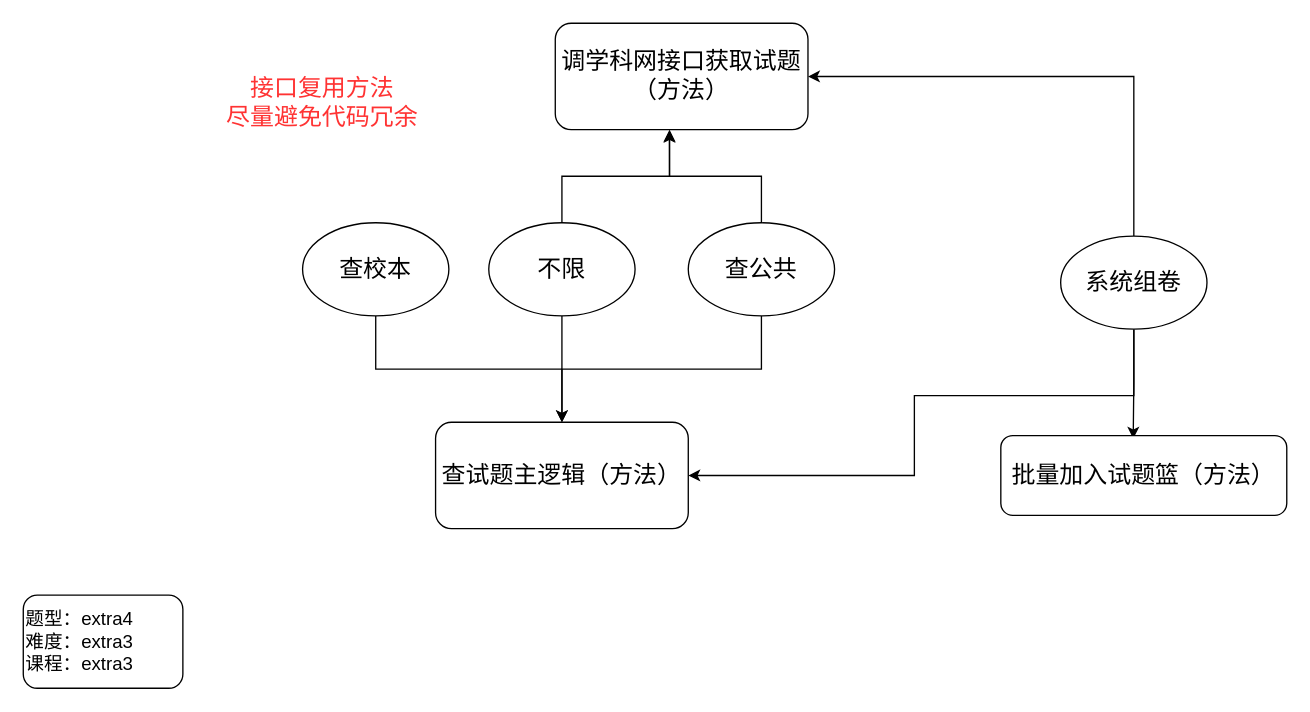
Above: img/试题查询相关功能.drawio in li-fenglei/pic-bed (draw.io), before the change. Source tidied: cells renumbered, new cells numbered last; positions are measured from the earlier drawing's top-left corner, leaving out a move shared by most shapes. Both pictures are drawn from the tidied source at 133%, with x=0, y=0 at pixel (23, 23).
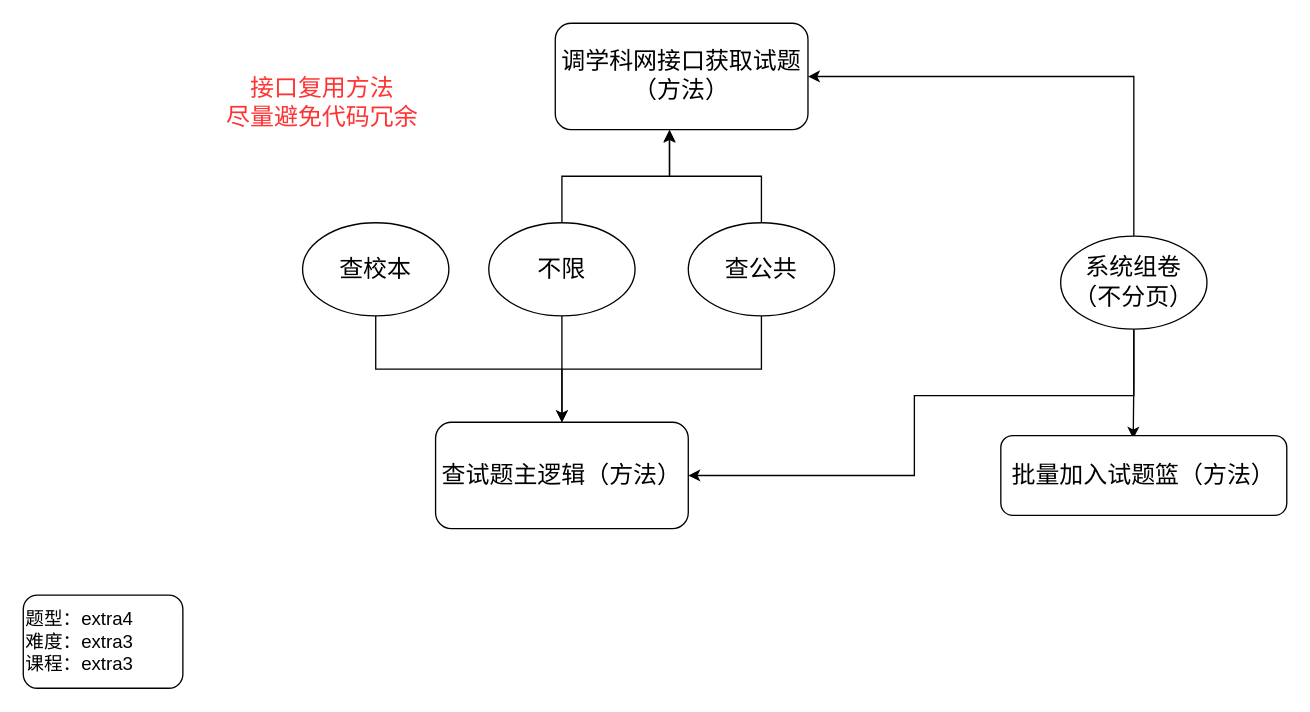
The same page after the edit.

Commit message:
更新试题查询相关功能.drawio

What changed in the source:
```diff
@@
-    <mxCell id="11" value="&lt;font style=&quot;font-size: 18px;&quot;&gt;系统组卷&lt;/font&gt;" style="ellipse;whiteSpace=wrap;html=1;" parent="1" vertex="1">
+    <mxCell id="11" value="&lt;font style=&quot;font-size: 18px;&quot;&gt;系统组卷&lt;br&gt;（不分页）&lt;/font&gt;" style="ellipse;whiteSpace=wrap;html=1;" parent="1" vertex="1">
       <mxGeometry x="780" y="160" width="110" height="70" as="geometry" />
     </mxCell>
```
